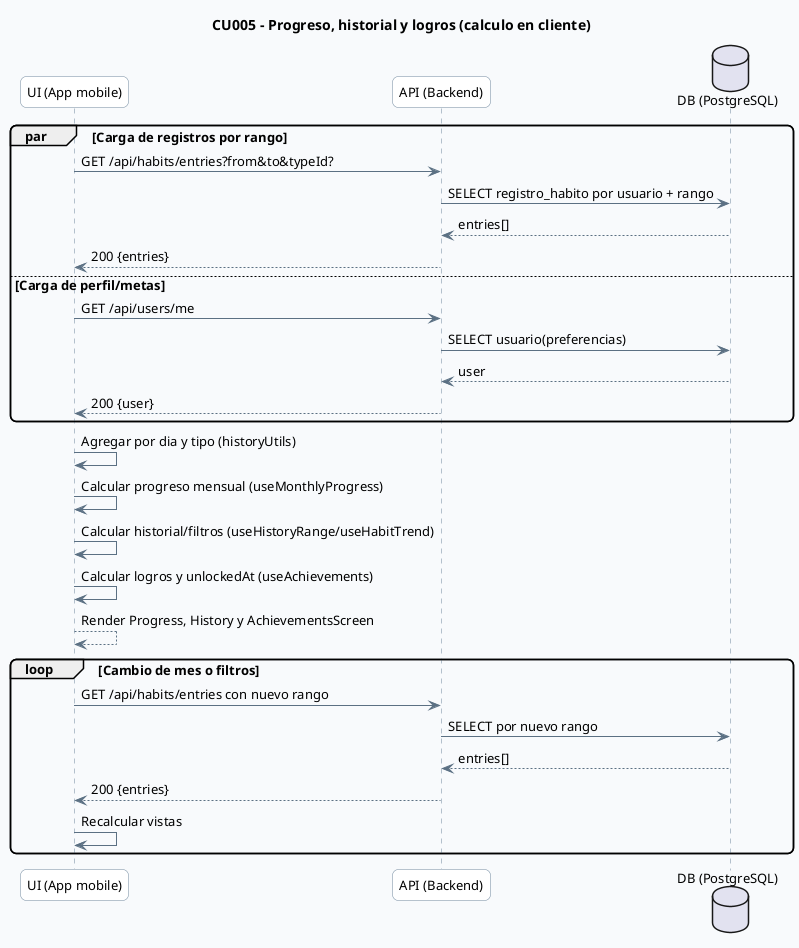
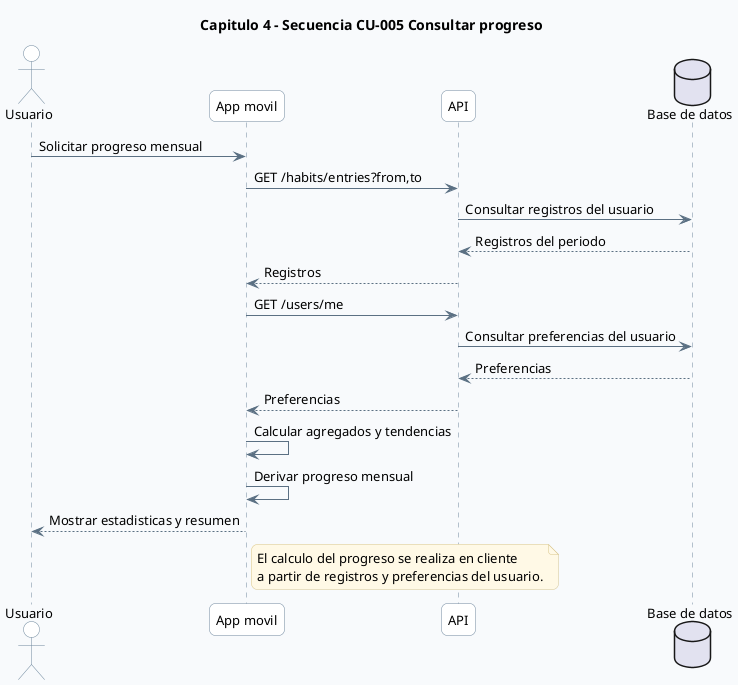
﻿@startuml
- ' CAP4 - 05 Secuencia CU005 Progreso
+ ' CAP4 - 05 Secuencia CU-005 Consultar progreso

skinparam backgroundColor #F8FAFC
skinparam shadowing false
skinparam roundcorner 12
skinparam defaultFontName Segoe UI
skinparam defaultFontSize 13
skinparam ArrowColor #5B7083
skinparam ArrowThickness 1
- skinparam sequence {
-   LifeLineBorderColor #6E879D
-   LifeLineBackgroundColor #FFFFFF
-   ParticipantBorderColor #6E879D
-   ParticipantBackgroundColor #FFFFFF
- }
+ skinparam sequenceLifeLineBorderColor #6E879D
+ skinparam sequenceLifeLineBackgroundColor #FFFFFF
+ skinparam participantBorderColor #6E879D
+ skinparam participantBackgroundColor #FFFFFF
+ skinparam actorBorderColor #6E879D
+ skinparam actorBackgroundColor #FFFFFF
skinparam noteBackgroundColor #FFF9E6
skinparam noteBorderColor #D7C58A

- title CU005 - Progreso, historial y logros (calculo en cliente)
+ title Capitulo 4 - Secuencia CU-005 Consultar progreso

- participant "UI (App mobile)" as UI
- participant "API (Backend)" as API
- database "DB (PostgreSQL)" as DB
+ actor Usuario
+ participant "App movil" as App
+ participant "API" as API
+ database "Base de datos" as DB

- par Carga de registros por rango
-   UI -> API: GET /api/habits/entries?from&to&typeId?
-   API -> DB: SELECT registro_habito por usuario + rango
-   DB --> API: entries[]
-   API --> UI: 200 {entries}
- else Carga de perfil/metas
-   UI -> API: GET /api/users/me
-   API -> DB: SELECT usuario(preferencias)
-   DB --> API: user
-   API --> UI: 200 {user}
- end
+ Usuario -> App : Solicitar progreso mensual
+ App -> API : GET /habits/entries?from,to
+ API -> DB : Consultar registros del usuario
+ DB --> API : Registros del periodo
+ API --> App : Registros

- UI -> UI: Agregar por dia y tipo (historyUtils)
- UI -> UI: Calcular progreso mensual (useMonthlyProgress)
- UI -> UI: Calcular historial/filtros (useHistoryRange/useHabitTrend)
- UI -> UI: Calcular logros y unlockedAt (useAchievements)
- UI --> UI: Render Progress, History y AchievementsScreen
+ App -> API : GET /users/me
+ API -> DB : Consultar preferencias del usuario
+ DB --> API : Preferencias
+ API --> App : Preferencias

- loop Cambio de mes o filtros
-   UI -> API: GET /api/habits/entries con nuevo rango
-   API -> DB: SELECT por nuevo rango
-   DB --> API: entries[]
-   API --> UI: 200 {entries}
-   UI -> UI: Recalcular vistas
- end
- /'
- note right of UI
- No existe endpoint dedicado de progreso/logros.
- Todo el agregado se realiza en cliente.
- end note'/
+ App -> App : Calcular agregados y tendencias
+ App -> App : Derivar progreso mensual
+ App --> Usuario : Mostrar estadisticas y resumen

- @enduml
+ note right of App
+ El calculo del progreso se realiza en cliente
+ a partir de registros y preferencias del usuario.
+ end note
+ 
+ @enduml